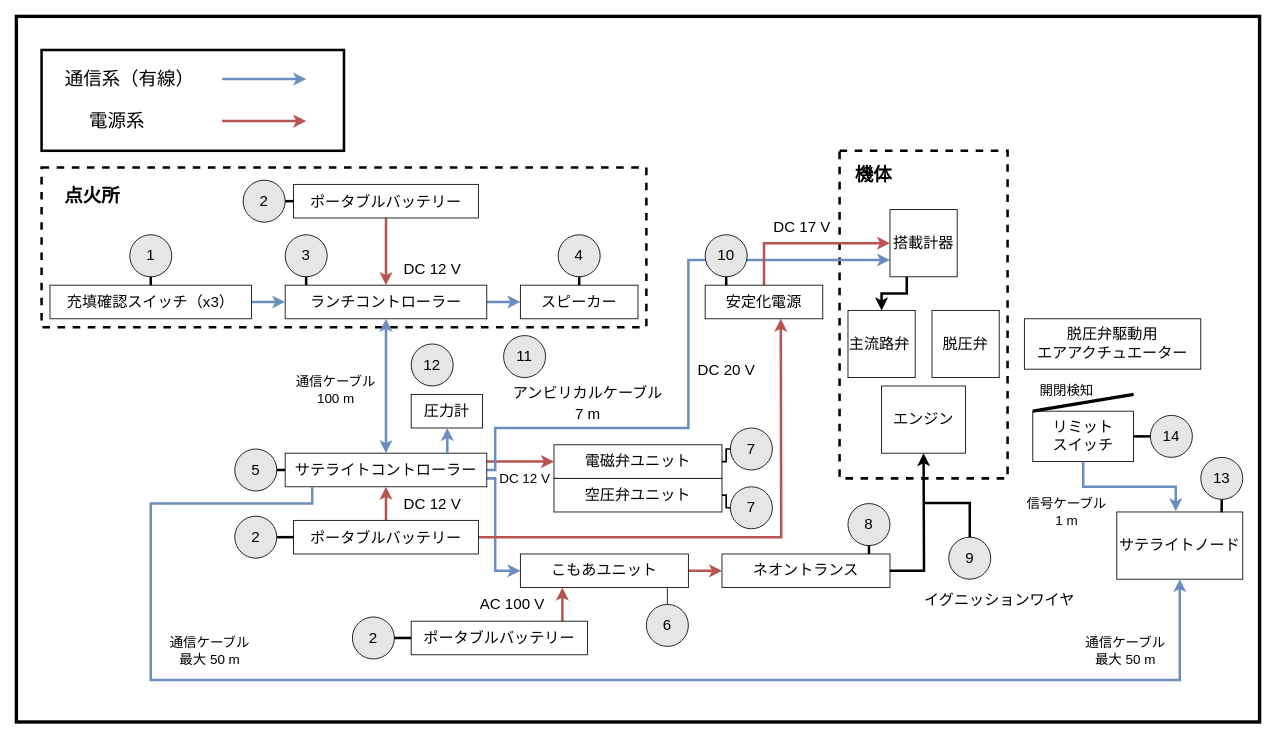
This is Documents/Development/WireingDiagram/WiringSystemDiagram.drawio from tokai-student-rocket-project/Gen6-GSE-Elec, a draw.io file, before an edit. Source tidied: cells renumbered, new cells numbered last; positions are measured from the earlier drawing's top-left corner, leaving out a move shared by most shapes. Both pictures are drawn from the tidied source at 84%, with x=0, y=0 at pixel (16, 16).
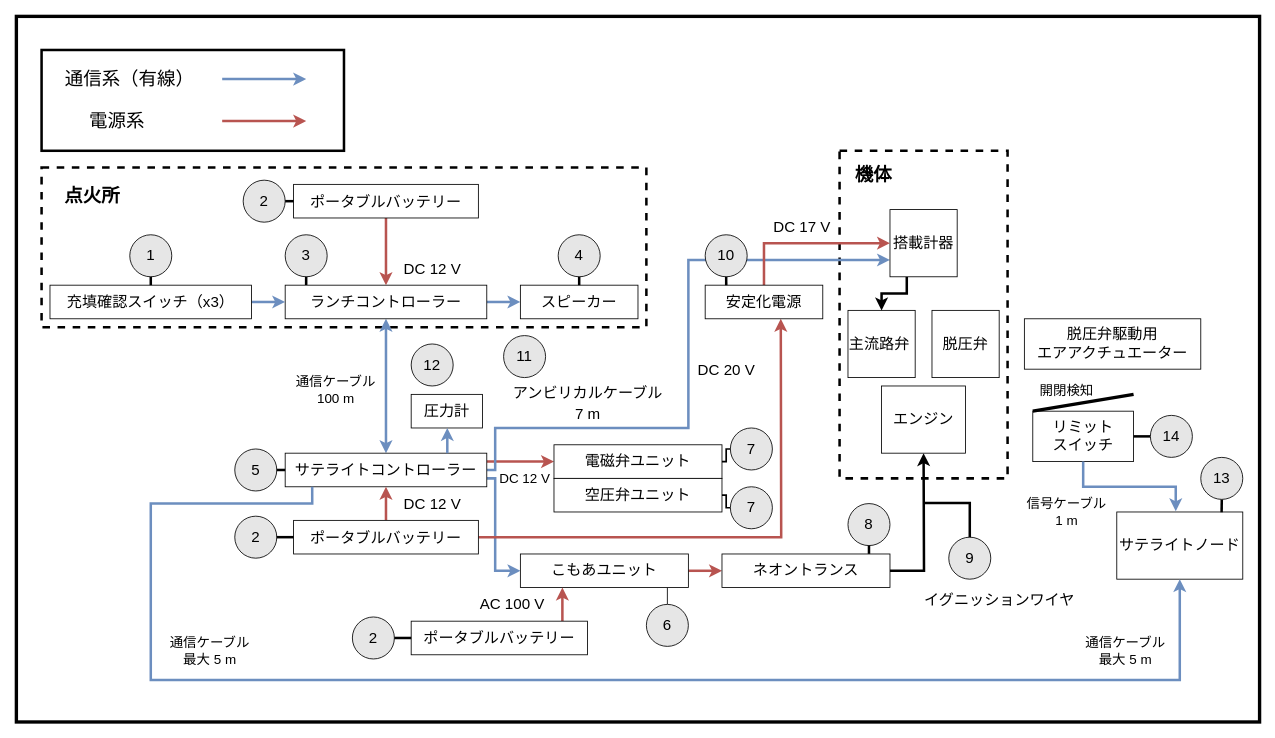
The same page after the edit.

What changed in the source:
```diff
@@
-    <mxCell id="84" value="通信ケーブル&lt;br&gt;最大 50 m" style="text;html=1;align=center;verticalAlign=middle;strokeColor=none;fillColor=none;fontSize=16;" parent="1" vertex="1">
+    <mxCell id="84" value="通信ケーブル&lt;br&gt;最大 5 m" style="text;html=1;align=center;verticalAlign=middle;strokeColor=none;fillColor=none;fontSize=16;" parent="1" vertex="1">
       <mxGeometry x="170" y="730" width="120" height="50" as="geometry" />
     </mxCell>
@@
-    <mxCell id="92" value="通信ケーブル&lt;br&gt;最大 50 m" style="text;html=1;align=center;verticalAlign=middle;strokeColor=none;fillColor=none;fontSize=16;" parent="1" vertex="1">
+    <mxCell id="92" value="通信ケーブル&lt;br&gt;最大 5 m" style="text;html=1;align=center;verticalAlign=middle;strokeColor=none;fillColor=none;fontSize=16;" parent="1" vertex="1">
       <mxGeometry x="1260" y="730" width="120" height="50" as="geometry" />
     </mxCell>
```
